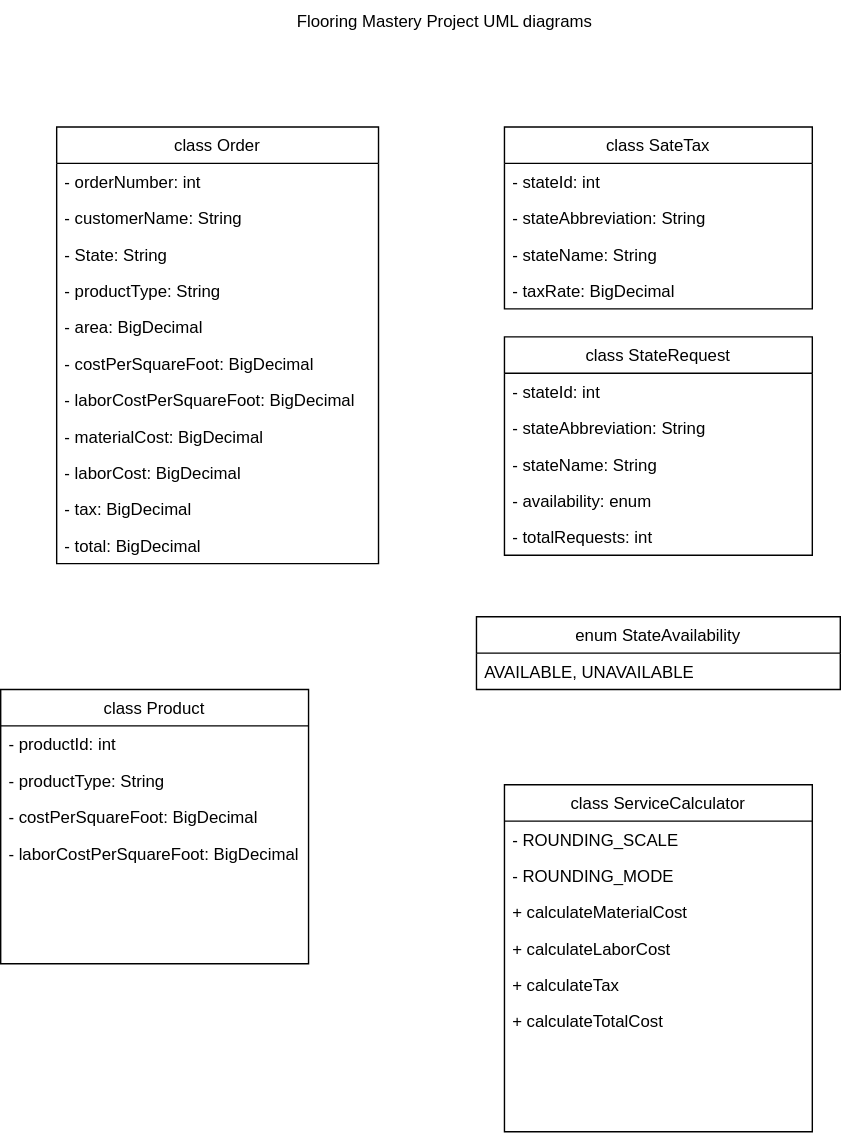
Above: modelsUMLDiagrams.svg in The-Software-Guild/flooring-mastery---class-diagrams-flowchart-Cirufrank (draw.io), before the change. Source tidied: cells renumbered, new cells last; positions are measured from the earlier drawing's top-left corner, leaving out a move shared by most shapes.
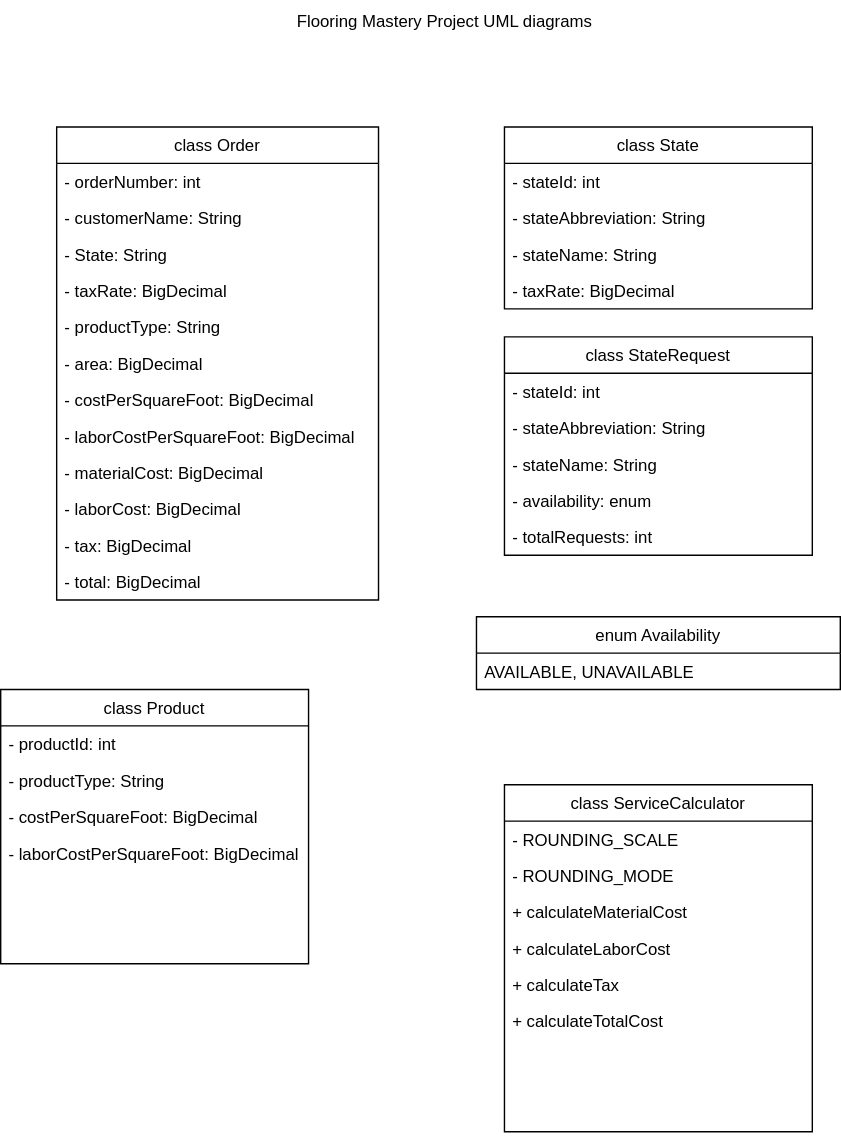
After the commit.

Commit message:
Udpdate disgram to have an enum of just Availability instead of StateAvailability and also have the SateTax class becomes State

Change to the diagram source:
```diff
@@ -3,7 +3,7 @@
     <mxCell id="0" />
     <mxCell id="1" parent="0" />
     <mxCell id="2" value="class Order" style="swimlane;fontStyle=0;horizontal=1;startSize=26;fillColor=none;" parent="1" vertex="1">
-      <mxGeometry x="40" y="90" width="230" height="312" as="geometry" />
+      <mxGeometry x="40" y="90" width="230" height="338" as="geometry" />
     </mxCell>
     <mxCell id="3" value="- orderNumber: int" style="text;strokeColor=none;fillColor=none;align=left;verticalAlign=top;spacingLeft=4;spacingRight=4;overflow=hidden;" parent="2" vertex="1">
       <mxGeometry y="26" width="230" height="26" as="geometry" />
@@ -14,31 +14,34 @@
     <mxCell id="5" value="- State: String" style="text;strokeColor=none;fillColor=none;align=left;verticalAlign=top;spacingLeft=4;spacingRight=4;overflow=hidden;" parent="2" vertex="1">
       <mxGeometry y="78" width="230" height="26" as="geometry" />
     </mxCell>
+    <mxCell id="40" value="- taxRate: BigDecimal" style="text;strokeColor=none;fillColor=none;align=left;verticalAlign=top;spacingLeft=4;spacingRight=4;overflow=hidden;" parent="2" vertex="1">
+      <mxGeometry y="104" width="230" height="26" as="geometry" />
+    </mxCell>
     <mxCell id="6" value="- productType: String" style="text;strokeColor=none;fillColor=none;align=left;verticalAlign=top;spacingLeft=4;spacingRight=4;overflow=hidden;" parent="2" vertex="1">
-      <mxGeometry y="104" width="230" height="26" as="geometry" />
+      <mxGeometry y="130" width="230" height="26" as="geometry" />
     </mxCell>
     <mxCell id="7" value="- area: BigDecimal" style="text;strokeColor=none;fillColor=none;align=left;verticalAlign=top;spacingLeft=4;spacingRight=4;overflow=hidden;" parent="2" vertex="1">
-      <mxGeometry y="130" width="230" height="26" as="geometry" />
+      <mxGeometry y="156" width="230" height="26" as="geometry" />
     </mxCell>
     <mxCell id="8" value="- costPerSquareFoot: BigDecimal" style="text;strokeColor=none;fillColor=none;align=left;verticalAlign=top;spacingLeft=4;spacingRight=4;overflow=hidden;" parent="2" vertex="1">
-      <mxGeometry y="156" width="230" height="26" as="geometry" />
+      <mxGeometry y="182" width="230" height="26" as="geometry" />
     </mxCell>
     <mxCell id="9" value="- laborCostPerSquareFoot: BigDecimal" style="text;strokeColor=none;fillColor=none;align=left;verticalAlign=top;spacingLeft=4;spacingRight=4;overflow=hidden;" parent="2" vertex="1">
-      <mxGeometry y="182" width="230" height="26" as="geometry" />
+      <mxGeometry y="208" width="230" height="26" as="geometry" />
     </mxCell>
     <mxCell id="10" value="- materialCost: BigDecimal" style="text;strokeColor=none;fillColor=none;align=left;verticalAlign=top;spacingLeft=4;spacingRight=4;overflow=hidden;" parent="2" vertex="1">
-      <mxGeometry y="208" width="230" height="26" as="geometry" />
+      <mxGeometry y="234" width="230" height="26" as="geometry" />
     </mxCell>
     <mxCell id="11" value="- laborCost: BigDecimal" style="text;strokeColor=none;fillColor=none;align=left;verticalAlign=top;spacingLeft=4;spacingRight=4;overflow=hidden;" parent="2" vertex="1">
-      <mxGeometry y="234" width="230" height="26" as="geometry" />
+      <mxGeometry y="260" width="230" height="26" as="geometry" />
     </mxCell>
     <mxCell id="12" value="- tax: BigDecimal" style="text;strokeColor=none;fillColor=none;align=left;verticalAlign=top;spacingLeft=4;spacingRight=4;overflow=hidden;" parent="2" vertex="1">
-      <mxGeometry y="260" width="230" height="26" as="geometry" />
+      <mxGeometry y="286" width="230" height="26" as="geometry" />
     </mxCell>
     <mxCell id="13" value="- total: BigDecimal" style="text;strokeColor=none;fillColor=none;align=left;verticalAlign=top;spacingLeft=4;spacingRight=4;overflow=hidden;" parent="2" vertex="1">
-      <mxGeometry y="286" width="230" height="26" as="geometry" />
+      <mxGeometry y="312" width="230" height="26" as="geometry" />
     </mxCell>
-    <mxCell id="14" value="class SateTax" style="swimlane;fontStyle=0;horizontal=1;startSize=26;fillColor=none;" parent="1" vertex="1">
+    <mxCell id="14" value="class State" style="swimlane;fontStyle=0;horizontal=1;startSize=26;fillColor=none;" parent="1" vertex="1">
       <mxGeometry x="360" y="90" width="220" height="130" as="geometry" />
     </mxCell>
     <mxCell id="15" value="- stateId: int" style="text;strokeColor=none;fillColor=none;align=left;verticalAlign=top;spacingLeft=4;spacingRight=4;overflow=hidden;" parent="14" vertex="1">
@@ -110,7 +113,7 @@
     <mxCell id="37" value="- totalRequests: int" style="text;strokeColor=none;fillColor=none;align=left;verticalAlign=top;spacingLeft=4;spacingRight=4;overflow=hidden;" parent="32" vertex="1">
       <mxGeometry y="130" width="220" height="26" as="geometry" />
     </mxCell>
-    <mxCell id="38" value="enum StateAvailability" style="swimlane;fontStyle=0;horizontal=1;startSize=26;fillColor=none;" parent="1" vertex="1">
+    <mxCell id="38" value="enum Availability" style="swimlane;fontStyle=0;horizontal=1;startSize=26;fillColor=none;" parent="1" vertex="1">
       <mxGeometry x="340" y="440" width="260" height="52" as="geometry" />
     </mxCell>
     <mxCell id="39" value="AVAILABLE, UNAVAILABLE" style="text;strokeColor=none;fillColor=none;align=left;verticalAlign=top;spacingLeft=4;spacingRight=4;overflow=hidden;" parent="38" vertex="1">
```
